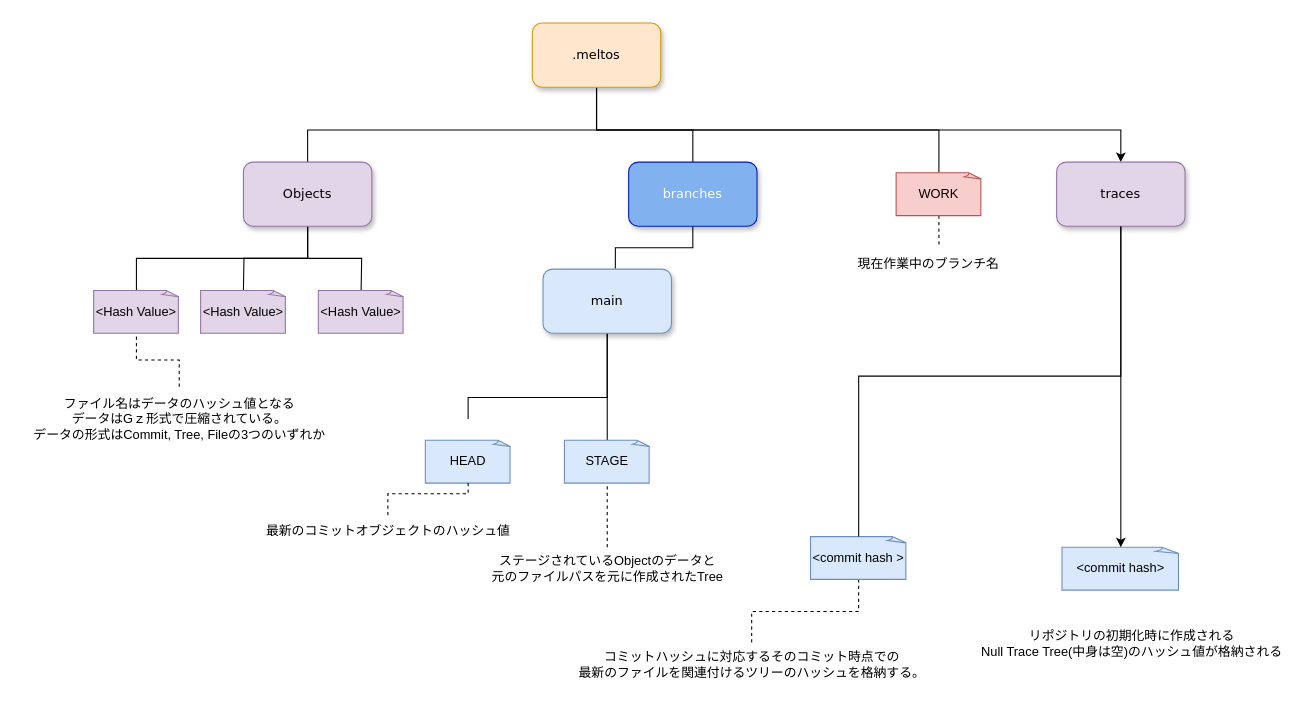
This is docs/tvn_file_system.drawio from not-elm/meltos, a draw.io file, before an edit. Source tidied: cells renumbered, new cells numbered last; positions are measured from the earlier drawing's top-left corner, leaving out a move shared by most shapes. Both pictures are drawn from the tidied source at 107%, with x=0, y=0 at pixel (18, 22).
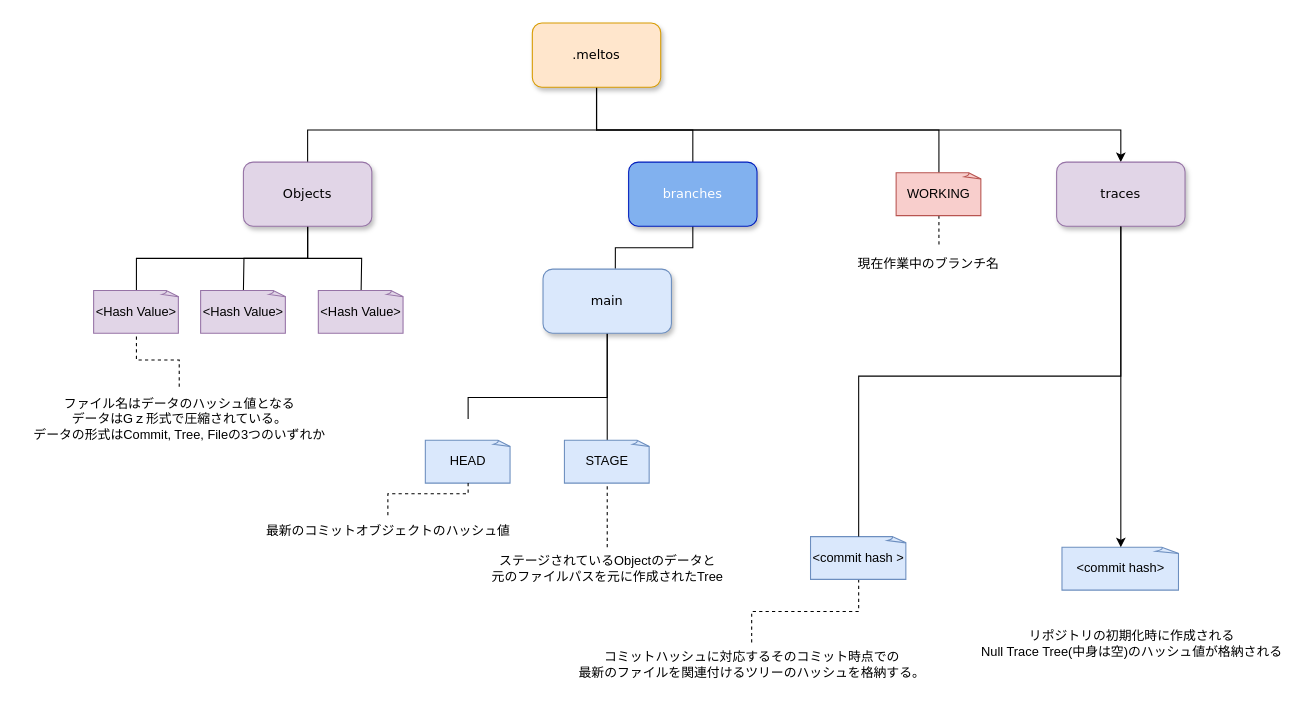
After the change.

What changed in the source:
```diff
@@
-    <mxCell id="19" value="WORK" style="whiteSpace=wrap;html=1;shape=mxgraph.basic.document;fillColor=#f8cecc;strokeColor=#b85450;" parent="1" vertex="1">
+    <mxCell id="19" value="WORKING" style="whiteSpace=wrap;html=1;shape=mxgraph.basic.document;fillColor=#f8cecc;strokeColor=#b85450;" parent="1" vertex="1">
       <mxGeometry x="820" y="140" width="80" height="40" as="geometry" />
     </mxCell>
```
